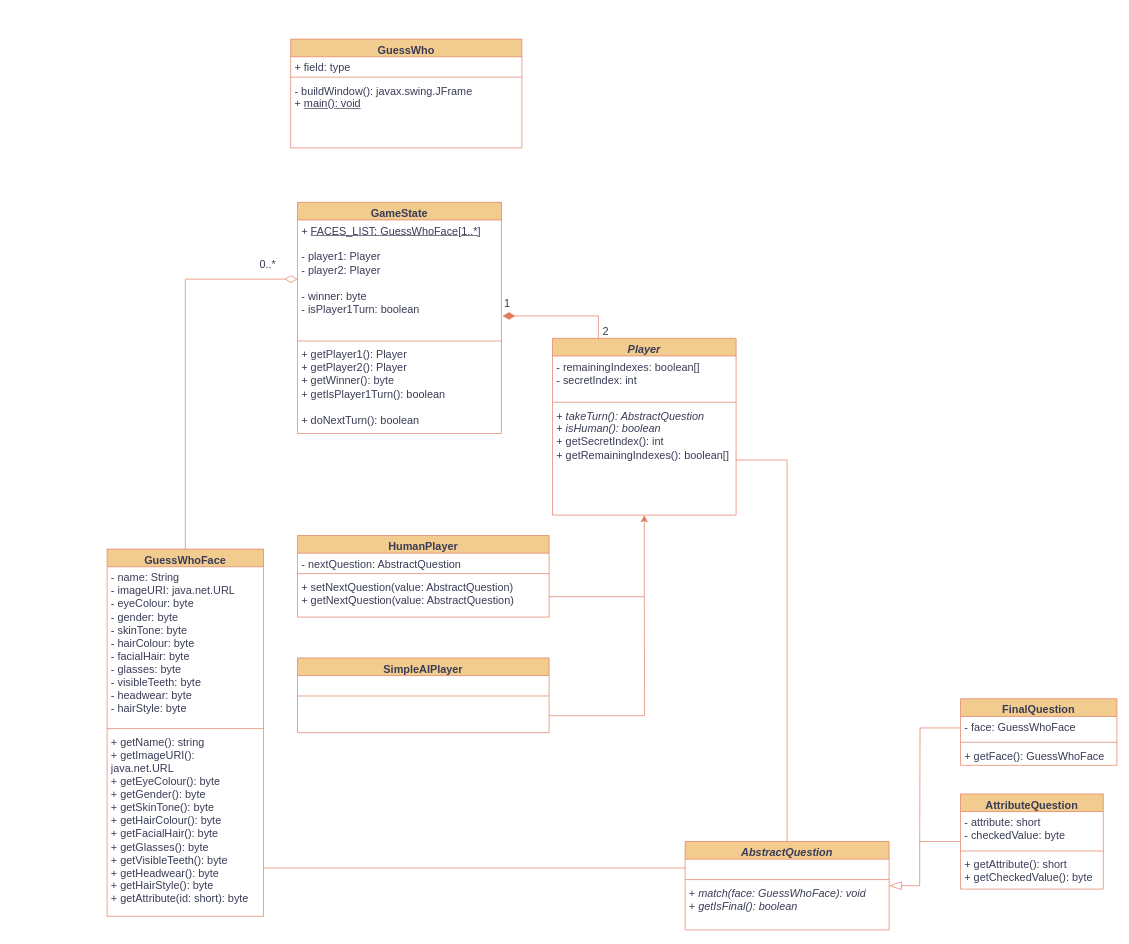
Earlier version of the draw.io diagram uml-diagram.drawio (jgcodes2020/GSEGuessWho). Source tidied: cells renumbered, new cells numbered last; positions are measured from the earlier drawing's top-left corner, leaving out a move shared by most shapes. Both pictures are drawn from the tidied source at 68%, with x=0, y=0 at pixel (107, 39).
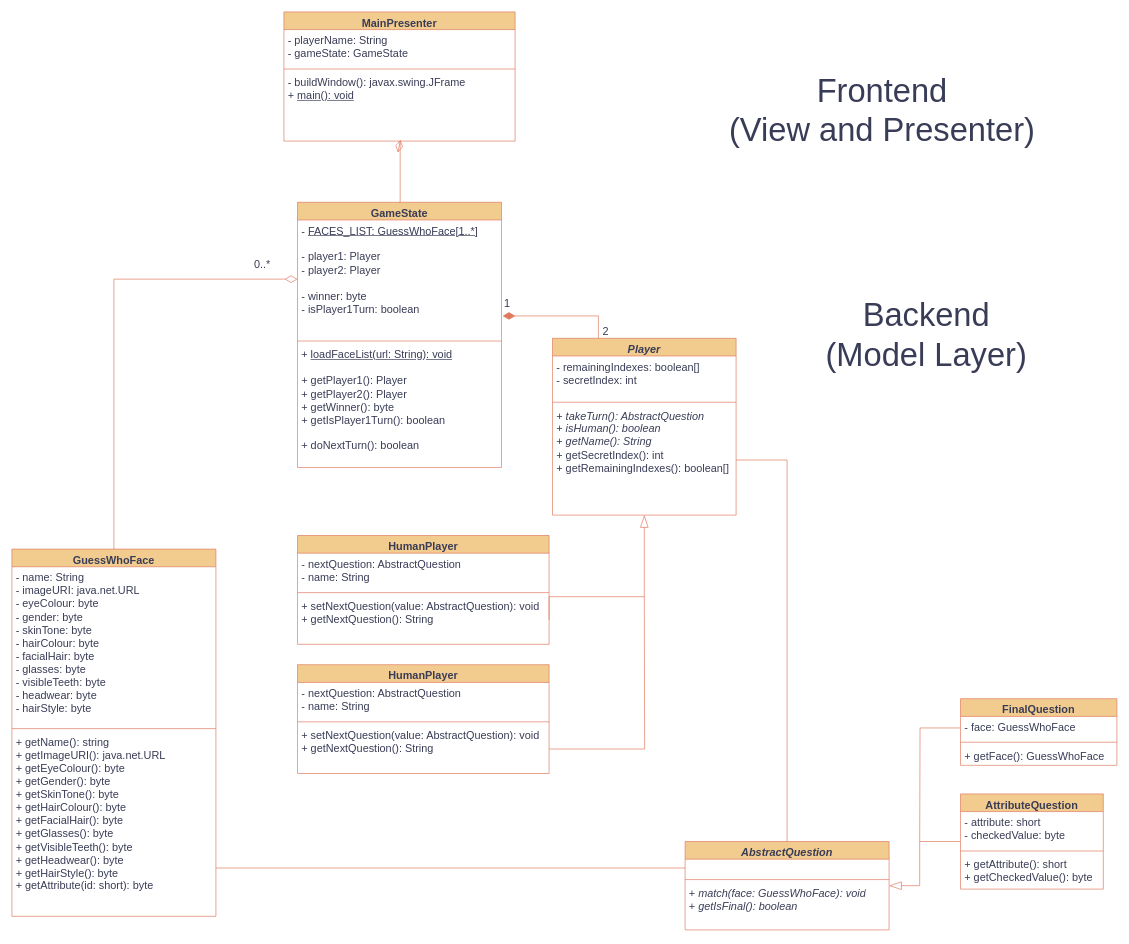
After the change.

Commit message:
Finish UML backend

Unchanged cells that the change refers to:
```xml
<mxCell id="8" value="&lt;i style=&quot;font-size: 16px;&quot;&gt;Player&lt;/i&gt;" style="swimlane;fontStyle=1;align=center;verticalAlign=top;horizontal=1;startSize=26;whiteSpace=wrap;html=1;fontSize=16;labelBackgroundColor=none;fillColor=#F2CC8F;strokeColor=#E07A5F;fontColor=#393C56;" parent="1" vertex="1">
  <mxGeometry x="655" y="440" width="270" height="260" as="geometry" />
</mxCell>
```

Change to the diagram source:
```diff
@@
     <mxCell id="4" value="GuessWhoFace" style="swimlane;fontStyle=1;align=center;verticalAlign=top;horizontal=1;startSize=26;whiteSpace=wrap;html=1;fontSize=16;labelBackgroundColor=none;fillColor=#F2CC8F;strokeColor=#E07A5F;fontColor=#393C56;" parent="1" vertex="1">
-      <mxGeometry y="750" width="230" height="540" as="geometry" />
+      <mxGeometry x="-140" y="750" width="300" height="540" as="geometry" />
     </mxCell>
     <mxCell id="5" value="&lt;div style=&quot;font-size: 16px;&quot;&gt;- name: String&lt;/div&gt;&lt;div style=&quot;font-size: 16px;&quot;&gt;- imageURI: java.net.URL&lt;br style=&quot;font-size: 16px;&quot;&gt;&lt;/div&gt;&lt;div style=&quot;font-size: 16px;&quot;&gt;- eyeColour: byte&lt;/div&gt;&lt;div style=&quot;font-size: 16px;&quot;&gt;- gender: byte&lt;br style=&quot;font-size: 16px;&quot;&gt;&lt;/div&gt;&lt;div style=&quot;font-size: 16px;&quot;&gt;- skinTone: byte&lt;/div&gt;&lt;div style=&quot;font-size: 16px;&quot;&gt;- hairColour: byte&lt;/div&gt;&lt;div style=&quot;font-size: 16px;&quot;&gt;- facialHair: byte&lt;/div&gt;&lt;div style=&quot;font-size: 16px;&quot;&gt;- glasses: byte&lt;/div&gt;&lt;div style=&quot;font-size: 16px;&quot;&gt;- visibleTeeth: byte&lt;/div&gt;&lt;div style=&quot;font-size: 16px;&quot;&gt;- headwear: byte&lt;br style=&quot;font-size: 16px;&quot;&gt;- hairStyle: byte&lt;br style=&quot;font-size: 16px;&quot;&gt;&lt;/div&gt;" style="text;strokeColor=none;fillColor=none;align=left;verticalAlign=top;spacingLeft=4;spacingRight=4;overflow=hidden;whiteSpace=wrap;html=1;fontSize=16;labelBackgroundColor=none;fontColor=#393C56;" parent="4" vertex="1">
-      <mxGeometry y="26" width="230" height="234" as="geometry" />
+      <mxGeometry y="26" width="300" height="234" as="geometry" />
     </mxCell>
     <mxCell id="6" style="line;strokeWidth=1;fillColor=none;align=left;verticalAlign=middle;spacingTop=-1;spacingLeft=3;spacingRight=3;labelPosition=right;strokeColor=#E07A5F;fontSize=16;labelBackgroundColor=none;fontColor=#393C56;" parent="4" vertex="1">
-      <mxGeometry y="260" width="230" height="8" as="geometry" />
+      <mxGeometry y="260" width="300" height="8" as="geometry" />
     </mxCell>
     <mxCell id="7" value="+ getName(): string&lt;br&gt;+ getImageURI(): java.net.URL&lt;br&gt;+ getEyeColour(): byte&lt;br style=&quot;font-size: 16px;&quot;&gt;+ getGender(): byte&lt;br style=&quot;font-size: 16px;&quot;&gt;&lt;div style=&quot;font-size: 16px;&quot;&gt;+ getSkinTone(): byte&lt;/div&gt;&lt;div style=&quot;font-size: 16px;&quot;&gt;+ getHairColour(): byte&lt;/div&gt;&lt;div style=&quot;font-size: 16px;&quot;&gt;+ getFacialHair(): byte&lt;/div&gt;&lt;div style=&quot;font-size: 16px;&quot;&gt;+ getGlasses(): byte&lt;/div&gt;&lt;div style=&quot;font-size: 16px;&quot;&gt;+ getVisibleTeeth(): byte&lt;/div&gt;&lt;div style=&quot;font-size: 16px;&quot;&gt;+ getHeadwear(): byte&lt;/div&gt;&lt;div style=&quot;font-size: 16px;&quot;&gt;+ getHairStyle(): byte&lt;/div&gt;&lt;div style=&quot;font-size: 16px;&quot;&gt;+ getAttribute(id: short): byte&lt;br style=&quot;font-size: 16px;&quot;&gt;&lt;/div&gt;" style="text;strokeColor=none;fillColor=none;align=left;verticalAlign=top;spacingLeft=4;spacingRight=4;overflow=hidden;points=[[0,0.5],[1,0.5]];portConstraint=eastwest;whiteSpace=wrap;html=1;fontSize=16;labelBackgroundColor=none;fontColor=#393C56;" parent="4" vertex="1">
-      <mxGeometry y="268" width="230" height="272" as="geometry" />
+      <mxGeometry y="268" width="300" height="272" as="geometry" />
     </mxCell>
@@
-    <mxCell id="11" value="&lt;div style=&quot;font-size: 16px;&quot;&gt;+ &lt;i style=&quot;font-size: 16px;&quot;&gt;takeTurn(): AbstractQuestion&lt;br style=&quot;font-size: 16px;&quot;&gt;&lt;/i&gt;&lt;/div&gt;&lt;div style=&quot;font-size: 16px;&quot;&gt;+ &lt;i style=&quot;font-size: 16px;&quot;&gt;isHuman(): boolean&lt;/i&gt;&lt;br style=&quot;font-size: 16px;&quot;&gt;&lt;/div&gt;&lt;div style=&quot;font-size: 16px;&quot;&gt;+ getSecretIndex(): int&lt;br style=&quot;font-size: 16px;&quot;&gt;&lt;/div&gt;&lt;div style=&quot;font-size: 16px;&quot;&gt;+ getRemainingIndexes(): boolean[]&lt;/div&gt;" style="text;strokeColor=none;fillColor=none;align=left;verticalAlign=top;spacingLeft=4;spacingRight=4;overflow=hidden;points=[[0,0.5],[1,0.5]];portConstraint=eastwest;whiteSpace=wrap;html=1;fontSize=16;labelBackgroundColor=none;fontColor=#393C56;" parent="8" vertex="1">
+    <mxCell id="11" value="&lt;div style=&quot;font-size: 16px;&quot;&gt;+ &lt;i style=&quot;font-size: 16px;&quot;&gt;takeTurn(): AbstractQuestion&lt;br style=&quot;font-size: 16px;&quot;&gt;&lt;/i&gt;&lt;/div&gt;&lt;div style=&quot;font-size: 16px;&quot;&gt;+ &lt;i style=&quot;font-size: 16px;&quot;&gt;isHuman(): boolean&lt;/i&gt;&lt;br style=&quot;font-size: 16px;&quot;&gt;&lt;/div&gt;&lt;div style=&quot;font-size: 16px;&quot;&gt;&lt;span style=&quot;font-size: 16px;&quot;&gt;+ &lt;i&gt;getName(): String&lt;/i&gt;&lt;/span&gt;&lt;/div&gt;&lt;div style=&quot;font-size: 16px;&quot;&gt;+ getSecretIndex(): int&lt;br style=&quot;font-size: 16px;&quot;&gt;&lt;/div&gt;&lt;div style=&quot;font-size: 16px;&quot;&gt;+ getRemainingIndexes(): boolean[]&lt;/div&gt;" style="text;strokeColor=none;fillColor=none;align=left;verticalAlign=top;spacingLeft=4;spacingRight=4;overflow=hidden;points=[[0,0.5],[1,0.5]];portConstraint=eastwest;whiteSpace=wrap;html=1;fontSize=16;labelBackgroundColor=none;fontColor=#393C56;" parent="8" vertex="1">
       <mxGeometry y="98" width="270" height="162" as="geometry" />
     </mxCell>
     <mxCell id="12" value="GameState" style="swimlane;fontStyle=1;align=center;verticalAlign=top;horizontal=1;startSize=26;whiteSpace=wrap;html=1;fontSize=16;labelBackgroundColor=none;fillColor=#F2CC8F;strokeColor=#E07A5F;fontColor=#393C56;" parent="1" vertex="1">
-      <mxGeometry x="280" y="240" width="300" height="340" as="geometry" />
+      <mxGeometry x="280" y="240" width="300" height="390" as="geometry" />
     </mxCell>
-    <mxCell id="13" value="&lt;div style=&quot;font-size: 16px;&quot;&gt;+ &lt;u style=&quot;font-size: 16px;&quot;&gt;FACES_LIST: GuessWhoFace[1..*]&lt;/u&gt;&lt;br style=&quot;font-size: 16px;&quot;&gt;&lt;/div&gt;&lt;div style=&quot;font-size: 16px;&quot;&gt;&lt;br style=&quot;font-size: 16px;&quot;&gt;- player1: Player&lt;/div&gt;&lt;div style=&quot;font-size: 16px;&quot;&gt;- player2: Player&lt;/div&gt;&lt;div style=&quot;font-size: 16px;&quot;&gt;&lt;br style=&quot;font-size: 16px;&quot;&gt;&lt;/div&gt;&lt;div style=&quot;font-size: 16px;&quot;&gt;- winner: byte&lt;/div&gt;&lt;div style=&quot;font-size: 16px;&quot;&gt;- isPlayer1Turn: boolean&lt;br style=&quot;font-size: 16px;&quot;&gt;&lt;/div&gt;&lt;div style=&quot;font-size: 16px;&quot;&gt;&lt;br style=&quot;font-size: 16px;&quot;&gt;&lt;/div&gt;" style="text;strokeColor=none;fillColor=none;align=left;verticalAlign=top;spacingLeft=4;spacingRight=4;overflow=hidden;points=[[0,0.5],[1,0.5]];portConstraint=eastwest;whiteSpace=wrap;html=1;fontSize=16;labelBackgroundColor=none;fontColor=#393C56;" parent="12" vertex="1">
+    <mxCell id="13" value="&lt;div style=&quot;font-size: 16px;&quot;&gt;&lt;span style=&quot;font-size: 16px;&quot;&gt;- &lt;/span&gt;&lt;u style=&quot;font-size: 16px;&quot;&gt;FACES_LIST: GuessWhoFace[1..*]&lt;/u&gt;&lt;br style=&quot;font-size: 16px;&quot;&gt;&lt;/div&gt;&lt;div style=&quot;font-size: 16px;&quot;&gt;&lt;br style=&quot;font-size: 16px;&quot;&gt;- player1: Player&lt;/div&gt;&lt;div style=&quot;font-size: 16px;&quot;&gt;- player2: Player&lt;/div&gt;&lt;div style=&quot;font-size: 16px;&quot;&gt;&lt;br style=&quot;font-size: 16px;&quot;&gt;&lt;/div&gt;&lt;div style=&quot;font-size: 16px;&quot;&gt;- winner: byte&lt;/div&gt;&lt;div style=&quot;font-size: 16px;&quot;&gt;- isPlayer1Turn: boolean&lt;br style=&quot;font-size: 16px;&quot;&gt;&lt;/div&gt;&lt;div style=&quot;font-size: 16px;&quot;&gt;&lt;br style=&quot;font-size: 16px;&quot;&gt;&lt;/div&gt;" style="text;strokeColor=none;fillColor=none;align=left;verticalAlign=top;spacingLeft=4;spacingRight=4;overflow=hidden;points=[[0,0.5],[1,0.5]];portConstraint=eastwest;whiteSpace=wrap;html=1;fontSize=16;labelBackgroundColor=none;fontColor=#393C56;" parent="12" vertex="1">
       <mxGeometry y="26" width="300" height="174" as="geometry" />
     </mxCell>
@@
-    <mxCell id="15" value="&lt;div style=&quot;font-size: 16px;&quot;&gt;+ getPlayer1(): Player&lt;/div&gt;&lt;div style=&quot;font-size: 16px;&quot;&gt;+ getPlayer2(): Player&lt;br style=&quot;font-size: 16px;&quot;&gt;&lt;/div&gt;&lt;div style=&quot;font-size: 16px;&quot;&gt;+ getWinner(): byte&lt;br style=&quot;font-size: 16px;&quot;&gt;+ getIsPlayer1Turn(): boolean&lt;br style=&quot;font-size: 16px;&quot;&gt;&lt;/div&gt;&lt;div style=&quot;font-size: 16px;&quot;&gt;&lt;br&gt;&lt;/div&gt;&lt;div style=&quot;font-size: 16px;&quot;&gt;+ doNextTurn(): boolean&lt;/div&gt;" style="text;strokeColor=none;fillColor=none;align=left;verticalAlign=top;spacingLeft=4;spacingRight=4;overflow=hidden;whiteSpace=wrap;html=1;fontSize=16;labelBackgroundColor=none;fontColor=#393C56;" parent="12" vertex="1">
-      <mxGeometry y="208" width="300" height="132" as="geometry" />
+    <mxCell id="15" value="&lt;div style=&quot;font-size: 16px;&quot;&gt;+ &lt;u&gt;loadFaceList(url: String): void&lt;/u&gt;&lt;/div&gt;&lt;div style=&quot;font-size: 16px;&quot;&gt;&lt;br&gt;&lt;/div&gt;&lt;div style=&quot;font-size: 16px;&quot;&gt;+ getPlayer1(): Player&lt;/div&gt;&lt;div style=&quot;font-size: 16px;&quot;&gt;+ getPlayer2(): Player&lt;br style=&quot;font-size: 16px;&quot;&gt;&lt;/div&gt;&lt;div style=&quot;font-size: 16px;&quot;&gt;+ getWinner(): byte&lt;br style=&quot;font-size: 16px;&quot;&gt;+ getIsPlayer1Turn(): boolean&lt;br style=&quot;font-size: 16px;&quot;&gt;&lt;/div&gt;&lt;div style=&quot;font-size: 16px;&quot;&gt;&lt;br&gt;&lt;/div&gt;&lt;div style=&quot;font-size: 16px;&quot;&gt;+ doNextTurn(): boolean&lt;/div&gt;" style="text;strokeColor=none;fillColor=none;align=left;verticalAlign=top;spacingLeft=4;spacingRight=4;overflow=hidden;whiteSpace=wrap;html=1;fontSize=16;labelBackgroundColor=none;fontColor=#393C56;" parent="12" vertex="1">
+      <mxGeometry y="208" width="300" height="182" as="geometry" />
     </mxCell>
@@
-    <mxCell id="34" value="GuessWho" style="swimlane;fontStyle=1;align=center;verticalAlign=top;horizontal=1;startSize=26;whiteSpace=wrap;html=1;strokeColor=#E07A5F;fontSize=16;fontColor=#393C56;fillColor=#F2CC8F;" parent="1" vertex="1">
-      <mxGeometry x="270" width="340" height="160" as="geometry" />
+    <mxCell id="34" value="MainPresenter" style="swimlane;fontStyle=1;align=center;verticalAlign=top;horizontal=1;startSize=26;whiteSpace=wrap;html=1;strokeColor=#E07A5F;fontSize=16;fontColor=#393C56;fillColor=#F2CC8F;" parent="1" vertex="1">
+      <mxGeometry x="260" y="-40" width="340" height="190" as="geometry" />
     </mxCell>
-    <mxCell id="35" value="+ field: type" style="text;strokeColor=none;fillColor=none;align=left;verticalAlign=top;spacingLeft=4;spacingRight=4;overflow=hidden;whiteSpace=wrap;html=1;fontSize=16;fontColor=#393C56;" parent="34" vertex="1">
-      <mxGeometry y="26" width="340" height="26" as="geometry" />
+    <mxCell id="35" value="- playerName: String&lt;br&gt;- gameState: GameState" style="text;strokeColor=none;fillColor=none;align=left;verticalAlign=top;spacingLeft=4;spacingRight=4;overflow=hidden;whiteSpace=wrap;html=1;fontSize=16;fontColor=#393C56;" parent="34" vertex="1">
+      <mxGeometry y="26" width="340" height="54" as="geometry" />
     </mxCell>
     <mxCell id="36" style="line;strokeWidth=1;fillColor=none;align=left;verticalAlign=middle;spacingTop=-1;spacingLeft=3;spacingRight=3;labelPosition=right;strokeColor=inherit;fontSize=16;fontColor=#393C56;" parent="34" vertex="1">
-      <mxGeometry y="52" width="340" height="8" as="geometry" />
+      <mxGeometry y="80" width="340" height="8" as="geometry" />
     </mxCell>
     <mxCell id="37" value="- buildWindow(): javax.swing.JFrame&lt;br&gt;+ &lt;u&gt;main(): void&lt;/u&gt;" style="text;strokeColor=none;fillColor=none;align=left;verticalAlign=top;spacingLeft=4;spacingRight=4;overflow=hidden;points=[[0,0.5],[1,0.5]];portConstraint=eastwest;whiteSpace=wrap;html=1;fontSize=16;fontColor=#393C56;" parent="34" vertex="1">
-      <mxGeometry y="60" width="340" height="100" as="geometry" />
+      <mxGeometry y="88" width="340" height="102" as="geometry" />
     </mxCell>
     <mxCell id="38" value="HumanPlayer" style="swimlane;fontStyle=1;align=center;verticalAlign=top;horizontal=1;startSize=26;whiteSpace=wrap;html=1;fontSize=16;labelBackgroundColor=none;fillColor=#F2CC8F;strokeColor=#E07A5F;fontColor=#393C56;" parent="1" vertex="1">
-      <mxGeometry x="280" y="730" width="370" height="120" as="geometry" />
+      <mxGeometry x="280" y="730" width="370" height="160" as="geometry" />
     </mxCell>
-    <mxCell id="39" value="- nextQuestion: AbstractQuestion" style="text;strokeColor=none;fillColor=none;align=left;verticalAlign=top;spacingLeft=4;spacingRight=4;overflow=hidden;whiteSpace=wrap;html=1;fontSize=16;labelBackgroundColor=none;fontColor=#393C56;" parent="38" vertex="1">
-      <mxGeometry y="26" width="370" height="26" as="geometry" />
+    <mxCell id="39" value="- nextQuestion: AbstractQuestion&lt;br&gt;- name: String" style="text;strokeColor=none;fillColor=none;align=left;verticalAlign=top;spacingLeft=4;spacingRight=4;overflow=hidden;whiteSpace=wrap;html=1;fontSize=16;labelBackgroundColor=none;fontColor=#393C56;" parent="38" vertex="1">
+      <mxGeometry y="26" width="370" height="54" as="geometry" />
     </mxCell>
     <mxCell id="40" style="line;strokeWidth=1;fillColor=none;align=left;verticalAlign=middle;spacingTop=-1;spacingLeft=3;spacingRight=3;labelPosition=right;strokeColor=#E07A5F;fontSize=16;labelBackgroundColor=none;fontColor=#393C56;" parent="38" vertex="1">
-      <mxGeometry y="52" width="370" height="8" as="geometry" />
+      <mxGeometry y="80" width="370" height="8" as="geometry" />
     </mxCell>
-    <mxCell id="41" value="+ setNextQuestion(value: AbstractQuestion)&lt;br&gt;+ getNextQuestion(value: AbstractQuestion)" style="text;strokeColor=none;fillColor=none;align=left;verticalAlign=top;spacingLeft=4;spacingRight=4;overflow=hidden;points=[[0,0.5],[1,0.5]];portConstraint=eastwest;whiteSpace=wrap;html=1;fontSize=16;labelBackgroundColor=none;fontColor=#393C56;" parent="38" vertex="1">
-      <mxGeometry y="60" width="370" height="60" as="geometry" />
+    <mxCell id="41" value="+ setNextQuestion(value: AbstractQuestion): void&lt;br&gt;+ getNextQuestion(): String" style="text;strokeColor=none;fillColor=none;align=left;verticalAlign=top;spacingLeft=4;spacingRight=4;overflow=hidden;points=[[0,0.5],[1,0.5]];portConstraint=eastwest;whiteSpace=wrap;html=1;fontSize=16;labelBackgroundColor=none;fontColor=#393C56;" parent="38" vertex="1">
+      <mxGeometry y="88" width="370" height="72" as="geometry" />
     </mxCell>
-    <mxCell id="42" value="SimpleAIPlayer" style="swimlane;fontStyle=1;align=center;verticalAlign=top;horizontal=1;startSize=26;whiteSpace=wrap;html=1;fontSize=16;labelBackgroundColor=none;fillColor=#F2CC8F;strokeColor=#E07A5F;fontColor=#393C56;" parent="1" vertex="1">
-      <mxGeometry x="280" y="910" width="370" height="110" as="geometry" />
-    </mxCell>
-    <mxCell id="43" value="&lt;br&gt;" style="text;strokeColor=none;fillColor=none;align=left;verticalAlign=top;spacingLeft=4;spacingRight=4;overflow=hidden;whiteSpace=wrap;html=1;fontSize=16;labelBackgroundColor=none;fontColor=#393C56;" parent="42" vertex="1">
-      <mxGeometry y="26" width="370" height="26" as="geometry" />
-    </mxCell>
-    <mxCell id="44" style="line;strokeWidth=1;fillColor=none;align=left;verticalAlign=middle;spacingTop=-1;spacingLeft=3;spacingRight=3;labelPosition=right;strokeColor=#E07A5F;fontSize=16;labelBackgroundColor=none;fontColor=#393C56;" parent="42" vertex="1">
-      <mxGeometry y="52" width="370" height="8" as="geometry" />
-    </mxCell>
-    <mxCell id="45" style="edgeStyle=orthogonalEdgeStyle;rounded=0;jettySize=auto;html=1;exitX=1;exitY=0.5;exitDx=0;exitDy=0;strokeColor=#E07A5F;fontSize=12;fontColor=#393C56;startSize=8;endSize=8;fillColor=#F2CC8F;endArrow=none;endFill=0;" parent="42" edge="1" source="46">
-      <mxGeometry relative="1" as="geometry">
-        <mxPoint x="510" y="-90" as="targetPoint" />
-      </mxGeometry>
-    </mxCell>
-    <mxCell id="46" value="&lt;br&gt;" style="text;strokeColor=none;fillColor=none;align=left;verticalAlign=top;spacingLeft=4;spacingRight=4;overflow=hidden;points=[[0,0.5],[1,0.5]];portConstraint=eastwest;whiteSpace=wrap;html=1;fontSize=16;labelBackgroundColor=none;fontColor=#393C56;" parent="42" vertex="1">
-      <mxGeometry y="60" width="370" height="50" as="geometry" />
-    </mxCell>
-    <mxCell id="47" style="edgeStyle=orthogonalEdgeStyle;rounded=0;jettySize=auto;html=1;exitX=1;exitY=0.5;exitDx=0;exitDy=0;strokeColor=#E07A5F;fontSize=12;fontColor=#393C56;startSize=8;endSize=8;fillColor=#F2CC8F;entryX=0.5;entryY=1;entryDx=0;entryDy=0;entryPerimeter=0;" parent="1" edge="1" source="41" target="11">
+    <mxCell id="47" style="edgeStyle=orthogonalEdgeStyle;rounded=0;jettySize=auto;html=1;exitX=1;exitY=0.5;exitDx=0;exitDy=0;strokeColor=#E07A5F;fontSize=12;fontColor=#393C56;startSize=8;endSize=16;fillColor=#F2CC8F;entryX=0.5;entryY=1;entryDx=0;entryDy=0;entryPerimeter=0;endArrow=blockThin;endFill=0;" parent="1" edge="1" source="41" target="11">
       <mxGeometry relative="1" as="geometry">
         <Array as="points">
           <mxPoint x="790" y="820" />
         </Array>
       </mxGeometry>
     </mxCell>
@@
+    <mxCell id="49" value="Backend&lt;br&gt;(Model Layer)" style="text;html=1;strokeColor=none;fillColor=none;align=center;verticalAlign=middle;whiteSpace=wrap;rounded=0;fontSize=48;fontColor=#393C56;" parent="1" vertex="1">
+      <mxGeometry x="1040" y="370" width="330" height="130" as="geometry" />
+    </mxCell>
+    <mxCell id="50" style="edgeStyle=orthogonalEdgeStyle;rounded=0;jettySize=auto;html=1;exitX=0.5;exitY=0;exitDx=0;exitDy=0;strokeColor=#E07A5F;fontSize=12;fontColor=#393C56;startSize=8;endSize=16;fillColor=#F2CC8F;endArrow=diamondThin;endFill=0;entryX=0.504;entryY=0.982;entryDx=0;entryDy=0;entryPerimeter=0;" parent="1" edge="1" source="12" target="37">
+      <mxGeometry relative="1" as="geometry">
+        <Array as="points">
+          <mxPoint x="431" y="240" />
+          <mxPoint x="431" y="150" />
+          <mxPoint x="431" y="150" />
+        </Array>
+      </mxGeometry>
+    </mxCell>
+    <mxCell id="51" value="HumanPlayer" style="swimlane;fontStyle=1;align=center;verticalAlign=top;horizontal=1;startSize=26;whiteSpace=wrap;html=1;fontSize=16;labelBackgroundColor=none;fillColor=#F2CC8F;strokeColor=#E07A5F;fontColor=#393C56;" parent="1" vertex="1">
+      <mxGeometry x="280" y="920" width="370" height="160" as="geometry" />
+    </mxCell>
+    <mxCell id="52" value="- nextQuestion: AbstractQuestion&lt;br&gt;- name: String" style="text;strokeColor=none;fillColor=none;align=left;verticalAlign=top;spacingLeft=4;spacingRight=4;overflow=hidden;whiteSpace=wrap;html=1;fontSize=16;labelBackgroundColor=none;fontColor=#393C56;" parent="51" vertex="1">
+      <mxGeometry y="26" width="370" height="54" as="geometry" />
+    </mxCell>
+    <mxCell id="53" style="line;strokeWidth=1;fillColor=none;align=left;verticalAlign=middle;spacingTop=-1;spacingLeft=3;spacingRight=3;labelPosition=right;strokeColor=#E07A5F;fontSize=16;labelBackgroundColor=none;fontColor=#393C56;" parent="51" vertex="1">
+      <mxGeometry y="80" width="370" height="8" as="geometry" />
+    </mxCell>
+    <mxCell id="54" style="edgeStyle=orthogonalEdgeStyle;rounded=0;jettySize=auto;html=1;exitX=1;exitY=0.5;exitDx=0;exitDy=0;strokeColor=#E07A5F;fontSize=12;fontColor=#393C56;startSize=8;endSize=8;fillColor=#F2CC8F;endArrow=none;endFill=0;" parent="51" edge="1" source="55">
+      <mxGeometry relative="1" as="geometry">
+        <mxPoint x="510" y="-100" as="targetPoint" />
+      </mxGeometry>
+    </mxCell>
+    <mxCell id="55" value="+ setNextQuestion(value: AbstractQuestion): void&lt;br&gt;+ getNextQuestion(): String" style="text;strokeColor=none;fillColor=none;align=left;verticalAlign=top;spacingLeft=4;spacingRight=4;overflow=hidden;points=[[0,0.5],[1,0.5]];portConstraint=eastwest;whiteSpace=wrap;html=1;fontSize=16;labelBackgroundColor=none;fontColor=#393C56;" parent="51" vertex="1">
+      <mxGeometry y="88" width="370" height="72" as="geometry" />
+    </mxCell>
+    <mxCell id="56" value="Frontend&lt;br&gt;(View and Presenter)" style="text;html=1;strokeColor=none;fillColor=none;align=center;verticalAlign=middle;whiteSpace=wrap;rounded=0;fontSize=48;fontColor=#393C56;" parent="1" vertex="1">
+      <mxGeometry x="890" y="40" width="500" height="130" as="geometry" />
+    </mxCell>
```
